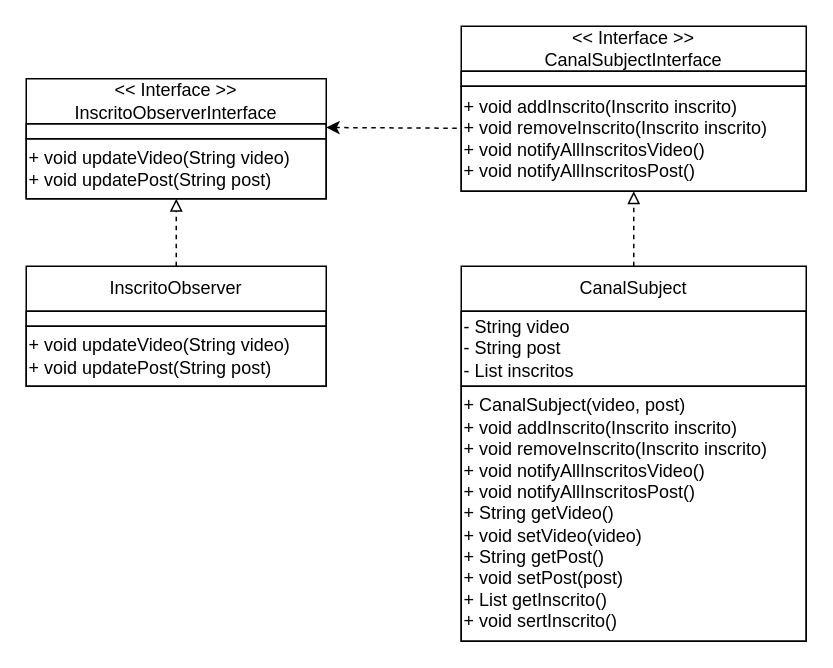
This is padroesProjetosSistemas/observer/Observer.drawio from AugustoTSantos/Bertoti, a draw.io file, before an edit. Source tidied: cells renumbered, new cells numbered last; positions are measured from the earlier drawing's top-left corner, leaving out a move shared by most shapes. Both pictures are drawn from the tidied source at 150%, with x=0, y=0 at pixel (26, 26).
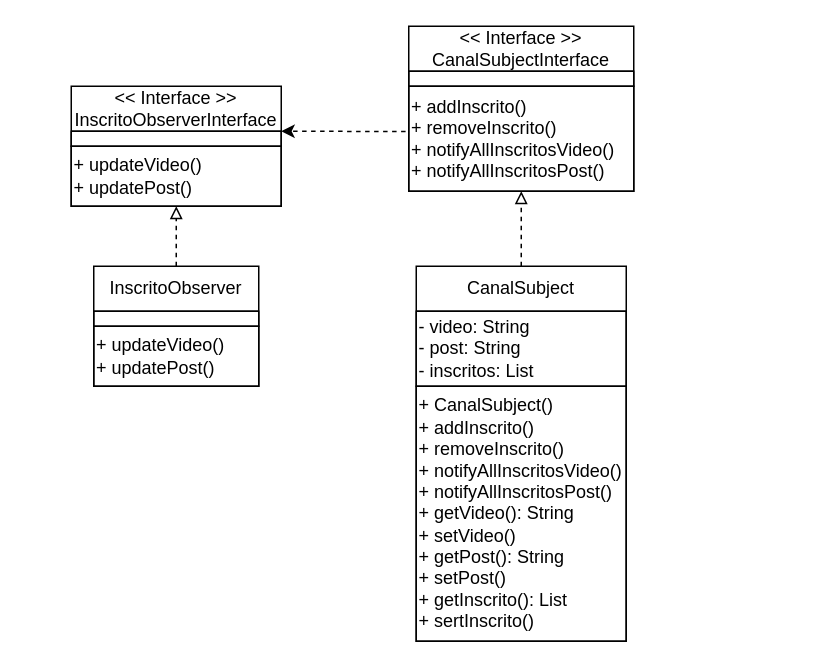
Above is the later version.

Change to the diagram source:
```diff
@@
 <mxGraphModel>
   <root>
     <mxCell id="0" />
     <mxCell id="1" parent="0" />
-    <mxCell id="2" style="edgeStyle=none;html=1;dashed=1;endArrow=classic;endFill=1;entryX=1;entryY=0.25;entryDx=0;entryDy=0;exitX=-0.013;exitY=0.4;exitDx=0;exitDy=0;exitPerimeter=0;" parent="1" edge="1" source="12" target="4">
+    <mxCell id="2" style="edgeStyle=none;html=1;dashed=1;endArrow=classic;endFill=1;exitX=-0.014;exitY=0.431;exitDx=0;exitDy=0;exitPerimeter=0;entryX=1;entryY=0;entryDx=0;entryDy=0;" parent="1" edge="1" source="12" target="4">
       <mxGeometry relative="1" as="geometry" />
     </mxCell>
     <mxCell id="3" value="&amp;lt;&amp;lt; Interface &amp;gt;&amp;gt;&lt;br&gt;InscritoObserverInterface" style="swimlane;fontStyle=0;horizontal=1;startSize=30;whiteSpace=wrap;html=1;glass=0;" parent="1" vertex="1">
-      <mxGeometry y="35" width="200" height="80" as="geometry" />
+      <mxGeometry x="30" y="40" width="140" height="80" as="geometry" />
     </mxCell>
     <mxCell id="4" style="text;html=1;strokeColor=default;fillColor=none;align=center;verticalAlign=middle;whiteSpace=wrap;rounded=0;glass=0;" parent="3" vertex="1">
-      <mxGeometry y="30" width="200" height="10" as="geometry" />
+      <mxGeometry y="30" width="140" height="10" as="geometry" />
     </mxCell>
-    <mxCell id="5" value="&lt;div style=&quot;&quot;&gt;&lt;span style=&quot;background-color: initial;&quot;&gt;+ void updateVideo(String video)&lt;/span&gt;&lt;/div&gt;&lt;div style=&quot;&quot;&gt;&lt;span style=&quot;background-color: initial;&quot;&gt;+ void updatePost(String post)&lt;/span&gt;&lt;/div&gt;" style="text;html=1;align=left;verticalAlign=middle;points=[];strokeColor=default;fillColor=none;" parent="3" vertex="1">
-      <mxGeometry y="40" width="200" height="40" as="geometry" />
+    <mxCell id="5" value="&lt;div style=&quot;&quot;&gt;&lt;span style=&quot;background-color: initial;&quot;&gt;+ updateVideo()&lt;/span&gt;&lt;/div&gt;&lt;div style=&quot;&quot;&gt;&lt;span style=&quot;background-color: initial;&quot;&gt;+ updatePost()&lt;/span&gt;&lt;/div&gt;" style="text;html=1;align=left;verticalAlign=middle;points=[];strokeColor=default;fillColor=none;" parent="3" vertex="1">
+      <mxGeometry y="40" width="140" height="40" as="geometry" />
     </mxCell>
     <mxCell id="6" style="edgeStyle=none;html=1;dashed=1;endArrow=block;endFill=0;" parent="1" edge="1" source="7" target="5">
       <mxGeometry relative="1" as="geometry" />
     </mxCell>
     <mxCell id="7" value="InscritoObserver" style="swimlane;fontStyle=0;horizontal=1;startSize=30;whiteSpace=wrap;html=1;glass=0;" parent="1" vertex="1">
-      <mxGeometry y="160" width="200" height="80" as="geometry" />
+      <mxGeometry x="45" y="160" width="110" height="80" as="geometry" />
     </mxCell>
     <mxCell id="8" style="text;html=1;strokeColor=default;fillColor=none;align=center;verticalAlign=middle;whiteSpace=wrap;rounded=0;glass=0;" parent="7" vertex="1">
-      <mxGeometry y="30" width="200" height="10" as="geometry" />
+      <mxGeometry y="30" width="110" height="10" as="geometry" />
     </mxCell>
-    <mxCell id="9" value="&lt;div style=&quot;&quot;&gt;&lt;span style=&quot;background-color: initial;&quot;&gt;+ void updateVideo(String video)&lt;/span&gt;&lt;/div&gt;&lt;div style=&quot;&quot;&gt;&lt;span style=&quot;background-color: initial;&quot;&gt;+ void updatePost(String post)&lt;/span&gt;&lt;/div&gt;" style="text;html=1;align=left;verticalAlign=middle;strokeColor=default;fillColor=none;" parent="7" vertex="1">
-      <mxGeometry y="40" width="200" height="40" as="geometry" />
+    <mxCell id="9" value="&lt;div style=&quot;&quot;&gt;&lt;span style=&quot;background-color: initial;&quot;&gt;+ updateVideo()&lt;/span&gt;&lt;/div&gt;&lt;div style=&quot;&quot;&gt;&lt;span style=&quot;background-color: initial;&quot;&gt;+ updatePost()&lt;/span&gt;&lt;/div&gt;" style="text;html=1;align=left;verticalAlign=middle;strokeColor=default;fillColor=none;" parent="7" vertex="1">
+      <mxGeometry y="40" width="110" height="40" as="geometry" />
     </mxCell>
     <mxCell id="10" value="&amp;lt;&amp;lt; Interface &amp;gt;&amp;gt;&lt;br&gt;CanalSubjectInterface" style="swimlane;fontStyle=0;horizontal=1;startSize=30;whiteSpace=wrap;html=1;glass=0;" parent="1" vertex="1">
-      <mxGeometry x="290" width="230" height="110" as="geometry" />
+      <mxGeometry x="255" width="150" height="110" as="geometry" />
     </mxCell>
     <mxCell id="11" style="text;html=1;strokeColor=default;fillColor=none;align=center;verticalAlign=middle;whiteSpace=wrap;rounded=0;glass=0;" parent="10" vertex="1">
-      <mxGeometry y="30" width="230" height="10" as="geometry" />
+      <mxGeometry y="30" width="150" height="10" as="geometry" />
     </mxCell>
-    <mxCell id="12" value="&lt;div style=&quot;&quot;&gt;+ void addInscrito(Inscrito inscrito)&lt;/div&gt;&lt;div style=&quot;&quot;&gt;+ void removeInscrito(Inscrito inscrito)&lt;/div&gt;&lt;div style=&quot;&quot;&gt;+ void notifyAllInscritosVideo()&lt;/div&gt;&lt;div style=&quot;&quot;&gt;+ void notifyAllInscritosPost()&lt;/div&gt;" style="text;html=1;align=left;verticalAlign=middle;points=[];strokeColor=default;fillColor=none;" parent="10" vertex="1">
-      <mxGeometry y="40" width="230" height="70" as="geometry" />
+    <mxCell id="12" value="&lt;div style=&quot;&quot;&gt;+ addInscrito()&lt;/div&gt;&lt;div style=&quot;&quot;&gt;+ removeInscrito()&lt;/div&gt;&lt;div style=&quot;&quot;&gt;+ notifyAllInscritosVideo()&lt;/div&gt;&lt;div style=&quot;&quot;&gt;+ notifyAllInscritosPost()&lt;/div&gt;" style="text;html=1;align=left;verticalAlign=middle;points=[];strokeColor=default;fillColor=none;" parent="10" vertex="1">
+      <mxGeometry y="40" width="150" height="70" as="geometry" />
     </mxCell>
     <mxCell id="13" style="edgeStyle=none;html=1;dashed=1;endArrow=block;endFill=0;" parent="1" edge="1" source="14" target="12">
       <mxGeometry relative="1" as="geometry" />
     </mxCell>
     <mxCell id="14" value="CanalSubject" style="swimlane;fontStyle=0;horizontal=1;startSize=30;whiteSpace=wrap;html=1;glass=0;" parent="1" vertex="1">
-      <mxGeometry x="290" y="160" width="230" height="250" as="geometry" />
+      <mxGeometry x="260" y="160" width="140" height="250" as="geometry" />
     </mxCell>
-    <mxCell id="15" value="- String video&lt;br&gt;- String post&lt;br&gt;- List inscritos" style="text;html=1;strokeColor=default;fillColor=none;align=left;verticalAlign=middle;whiteSpace=wrap;rounded=0;glass=0;" parent="14" vertex="1">
-      <mxGeometry y="30" width="230" height="50" as="geometry" />
+    <mxCell id="15" value="- video: String&lt;br&gt;- post: String&lt;br&gt;- inscritos: List" style="text;html=1;strokeColor=default;fillColor=none;align=left;verticalAlign=middle;whiteSpace=wrap;rounded=0;glass=0;" parent="14" vertex="1">
+      <mxGeometry y="30" width="140" height="50" as="geometry" />
     </mxCell>
-    <mxCell id="16" value="&lt;div style=&quot;&quot;&gt;&lt;span style=&quot;background-color: initial;&quot;&gt;+ CanalSubject(video, post)&lt;/span&gt;&lt;/div&gt;&lt;div style=&quot;&quot;&gt;&lt;span style=&quot;background-color: initial;&quot;&gt;+ void addInscrito(Inscrito inscrito)&lt;/span&gt;&lt;/div&gt;&lt;div style=&quot;&quot;&gt;+ void removeInscrito(Inscrito inscrito)&lt;/div&gt;&lt;div style=&quot;&quot;&gt;+ void notifyAllInscritosVideo()&lt;/div&gt;&lt;div style=&quot;&quot;&gt;+ void notifyAllInscritosPost()&lt;/div&gt;&lt;div style=&quot;&quot;&gt;+ String getVideo()&lt;/div&gt;&lt;div style=&quot;&quot;&gt;+ void setVideo(video)&lt;/div&gt;&lt;div style=&quot;&quot;&gt;+ String getPost()&lt;/div&gt;&lt;div style=&quot;&quot;&gt;+ void setPost(post)&lt;/div&gt;&lt;div style=&quot;&quot;&gt;+ List getInscrito()&lt;/div&gt;&lt;div style=&quot;&quot;&gt;+ void sertInscrito()&lt;/div&gt;" style="text;html=1;align=left;verticalAlign=middle;strokeColor=default;fillColor=none;" parent="14" vertex="1">
-      <mxGeometry y="80" width="230" height="170" as="geometry" />
+    <mxCell id="16" value="&lt;div style=&quot;&quot;&gt;&lt;span style=&quot;background-color: initial;&quot;&gt;+ CanalSubject()&lt;/span&gt;&lt;/div&gt;&lt;div style=&quot;&quot;&gt;&lt;span style=&quot;background-color: initial;&quot;&gt;+ addInscrito()&lt;/span&gt;&lt;/div&gt;&lt;div style=&quot;&quot;&gt;+ removeInscrito()&lt;/div&gt;&lt;div style=&quot;&quot;&gt;+ notifyAllInscritosVideo()&lt;/div&gt;&lt;div style=&quot;&quot;&gt;+ notifyAllInscritosPost()&lt;/div&gt;&lt;div style=&quot;&quot;&gt;+ getVideo(): String&lt;/div&gt;&lt;div style=&quot;&quot;&gt;+ setVideo()&lt;/div&gt;&lt;div style=&quot;&quot;&gt;+ getPost(): String&lt;/div&gt;&lt;div style=&quot;&quot;&gt;+ setPost()&lt;/div&gt;&lt;div style=&quot;&quot;&gt;+ getInscrito(): List&lt;/div&gt;&lt;div style=&quot;&quot;&gt;+ sertInscrito()&lt;/div&gt;" style="text;html=1;align=left;verticalAlign=middle;strokeColor=default;fillColor=none;" parent="14" vertex="1">
+      <mxGeometry y="80" width="140" height="170" as="geometry" />
     </mxCell>
   </root>
 </mxGraphModel>
```
